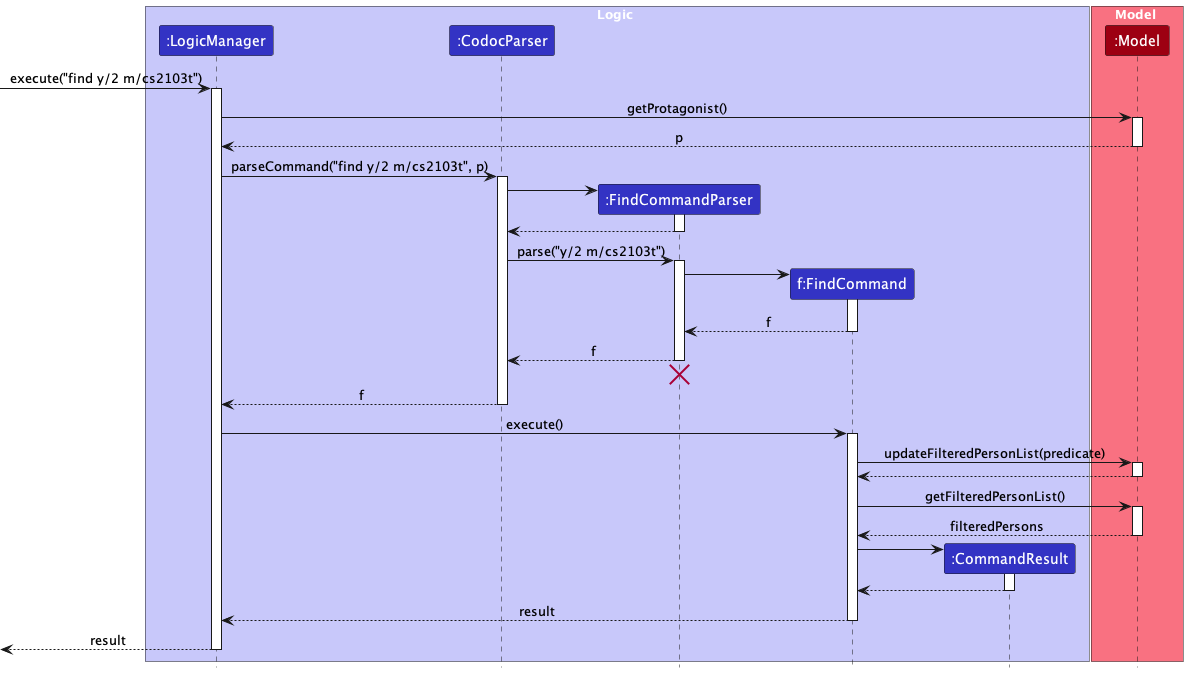
Before: docs/images/FindSequenceDiagram.png, a diagram exported from PlantUML (nus-cs2103-AY2223S2/tp).
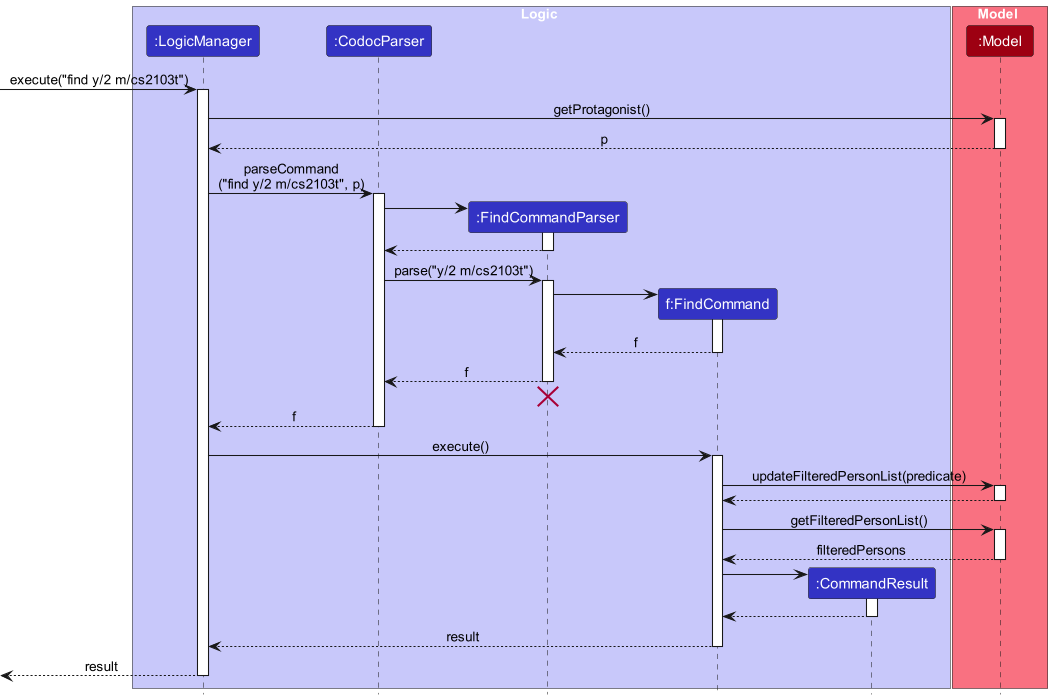
Above is the later version.

Change to the diagram source:
```diff
@@ -22,7 +22,7 @@
 Model --> LogicManager : p
 deactivate Model
 
-LogicManager -> CodocParser : parseCommand("find y/2 m/cs2103t", p)
+LogicManager -> CodocParser : parseCommand\n("find y/2 m/cs2103t", p)
 activate CodocParser
 
 create FindCommandParser
```
